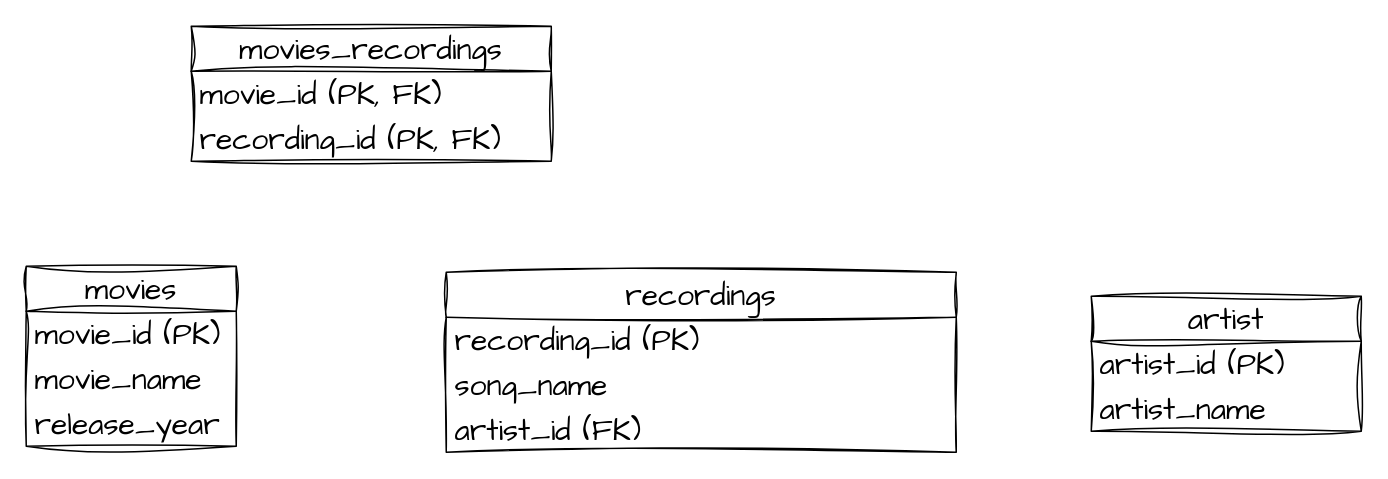
This is movie_database.drawio from Aleinad0/movie_soundtrack, a draw.io file, before an edit. Source tidied: cells renumbered, new cells numbered last; positions are measured from the earlier drawing's top-left corner, leaving out a move shared by most shapes. Both pictures are drawn from the tidied source at 150%, with x=0, y=0 at pixel (26, 26).
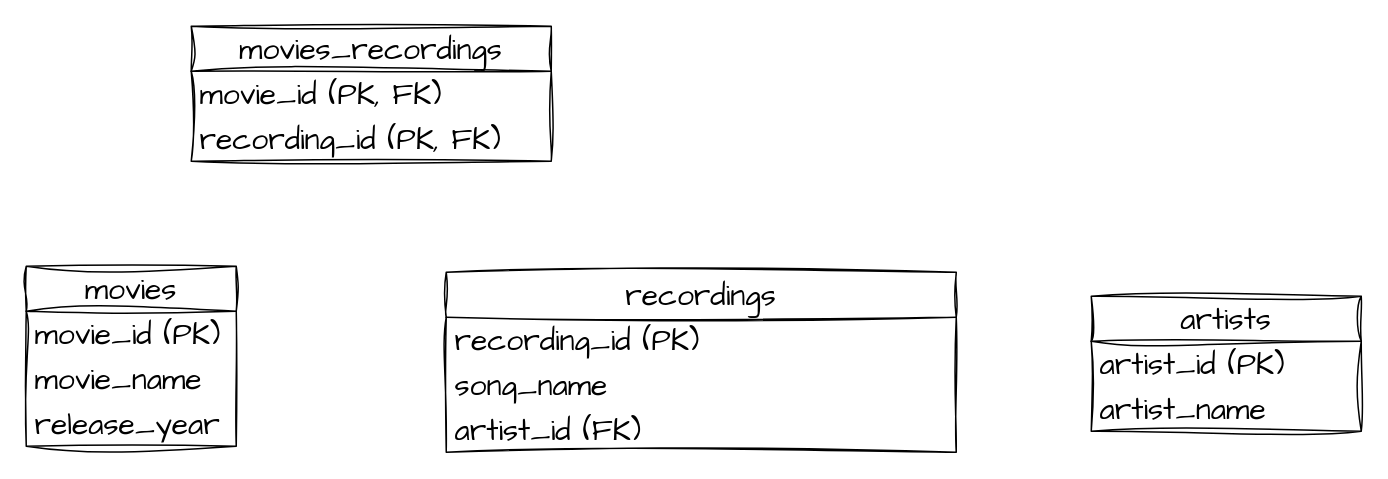
The same page after the edit.

Commit message (it also covers changes not shown here):
Simon's version: removed titles with no soundtrack and changed to unique movie names

What changed in the source:
```diff
@@
 <mxGraphModel>
   <root>
     <mxCell id="0" />
     <mxCell id="1" parent="0" />
     <mxCell id="2" value="movies" style="swimlane;fontStyle=0;horizontal=1;startSize=30;whiteSpace=wrap;html=1;sketch=1;hachureGap=4;jiggle=2;curveFitting=1;fontFamily=Architects Daughter;fontSize=20;" parent="1" vertex="1">
       <mxGeometry y="160" width="140" height="120" as="geometry" />
     </mxCell>
     <mxCell id="3" value="movie_id (PK)" style="text;strokeColor=none;fillColor=none;align=left;verticalAlign=middle;spacingLeft=4;spacingRight=4;overflow=hidden;whiteSpace=wrap;html=1;fontSize=20;fontFamily=Architects Daughter;" parent="2" vertex="1">
       <mxGeometry y="30" width="140" height="30" as="geometry" />
     </mxCell>
     <mxCell id="4" value="movie_name" style="text;strokeColor=none;fillColor=none;align=left;verticalAlign=middle;spacingLeft=4;spacingRight=4;overflow=hidden;whiteSpace=wrap;html=1;fontSize=20;fontFamily=Architects Daughter;" parent="2" vertex="1">
       <mxGeometry y="60" width="140" height="30" as="geometry" />
     </mxCell>
     <mxCell id="5" value="release_year" style="text;strokeColor=none;fillColor=none;align=left;verticalAlign=middle;spacingLeft=4;spacingRight=4;overflow=hidden;whiteSpace=wrap;html=1;fontSize=20;fontFamily=Architects Daughter;" parent="2" vertex="1">
       <mxGeometry y="90" width="140" height="30" as="geometry" />
     </mxCell>
-    <mxCell id="6" value="artist" style="swimlane;fontStyle=0;horizontal=1;startSize=30;whiteSpace=wrap;html=1;sketch=1;hachureGap=4;jiggle=2;curveFitting=1;fontFamily=Architects Daughter;fontSize=20;" parent="1" vertex="1">
+    <mxCell id="6" value="artists" style="swimlane;fontStyle=0;horizontal=1;startSize=30;whiteSpace=wrap;html=1;sketch=1;hachureGap=4;jiggle=2;curveFitting=1;fontFamily=Architects Daughter;fontSize=20;" parent="1" vertex="1">
       <mxGeometry x="710" y="180" width="180" height="90" as="geometry" />
     </mxCell>
     <mxCell id="7" value="artist_id (PK)" style="text;strokeColor=none;fillColor=none;align=left;verticalAlign=middle;spacingLeft=4;spacingRight=4;overflow=hidden;whiteSpace=wrap;html=1;fontSize=20;fontFamily=Architects Daughter;" parent="6" vertex="1">
       <mxGeometry y="30" width="180" height="30" as="geometry" />
     </mxCell>
     <mxCell id="8" value="artist_name" style="text;strokeColor=none;fillColor=none;align=left;verticalAlign=middle;spacingLeft=4;spacingRight=4;overflow=hidden;whiteSpace=wrap;html=1;fontSize=20;fontFamily=Architects Daughter;" parent="6" vertex="1">
       <mxGeometry y="60" width="180" height="30" as="geometry" />
     </mxCell>
     <mxCell id="9" value="movies_recordings" style="swimlane;fontStyle=0;horizontal=1;startSize=30;whiteSpace=wrap;html=1;sketch=1;hachureGap=4;jiggle=2;curveFitting=1;fontFamily=Architects Daughter;fontSize=20;" parent="1" vertex="1">
       <mxGeometry x="110" width="240" height="90" as="geometry" />
     </mxCell>
     <mxCell id="10" value="movie_id (PK, FK)" style="text;strokeColor=none;fillColor=none;align=left;verticalAlign=middle;spacingLeft=4;spacingRight=4;overflow=hidden;whiteSpace=wrap;html=1;fontSize=20;fontFamily=Architects Daughter;" parent="9" vertex="1">
       <mxGeometry y="30" width="240" height="30" as="geometry" />
     </mxCell>
     <mxCell id="11" value="recording_id (PK, FK)&amp;nbsp;" style="text;strokeColor=none;fillColor=none;align=left;verticalAlign=middle;spacingLeft=4;spacingRight=4;overflow=hidden;whiteSpace=wrap;html=1;fontSize=20;fontFamily=Architects Daughter;" parent="9" vertex="1">
       <mxGeometry y="60" width="240" height="30" as="geometry" />
     </mxCell>
     <mxCell id="12" value="recordings" style="swimlane;fontStyle=0;horizontal=1;startSize=30;whiteSpace=wrap;html=1;sketch=1;hachureGap=4;jiggle=2;curveFitting=1;fontFamily=Architects Daughter;fontSize=20;" parent="1" vertex="1">
       <mxGeometry x="280" y="164" width="340" height="120" as="geometry" />
     </mxCell>
     <mxCell id="13" value="recording_id (PK)" style="text;strokeColor=none;fillColor=none;align=left;verticalAlign=middle;spacingLeft=4;spacingRight=4;overflow=hidden;whiteSpace=wrap;html=1;fontSize=20;fontFamily=Architects Daughter;" parent="12" vertex="1">
       <mxGeometry y="30" width="340" height="30" as="geometry" />
     </mxCell>
     <mxCell id="14" value="song_name" style="text;strokeColor=none;fillColor=none;align=left;verticalAlign=middle;spacingLeft=4;spacingRight=4;overflow=hidden;whiteSpace=wrap;html=1;fontSize=20;fontFamily=Architects Daughter;" parent="12" vertex="1">
       <mxGeometry y="60" width="340" height="30" as="geometry" />
     </mxCell>
     <mxCell id="15" value="artist_id (FK)" style="text;strokeColor=none;fillColor=none;align=left;verticalAlign=middle;spacingLeft=4;spacingRight=4;overflow=hidden;whiteSpace=wrap;html=1;fontSize=20;fontFamily=Architects Daughter;" parent="12" vertex="1">
       <mxGeometry y="90" width="340" height="30" as="geometry" />
     </mxCell>
   </root>
 </mxGraphModel>
```
